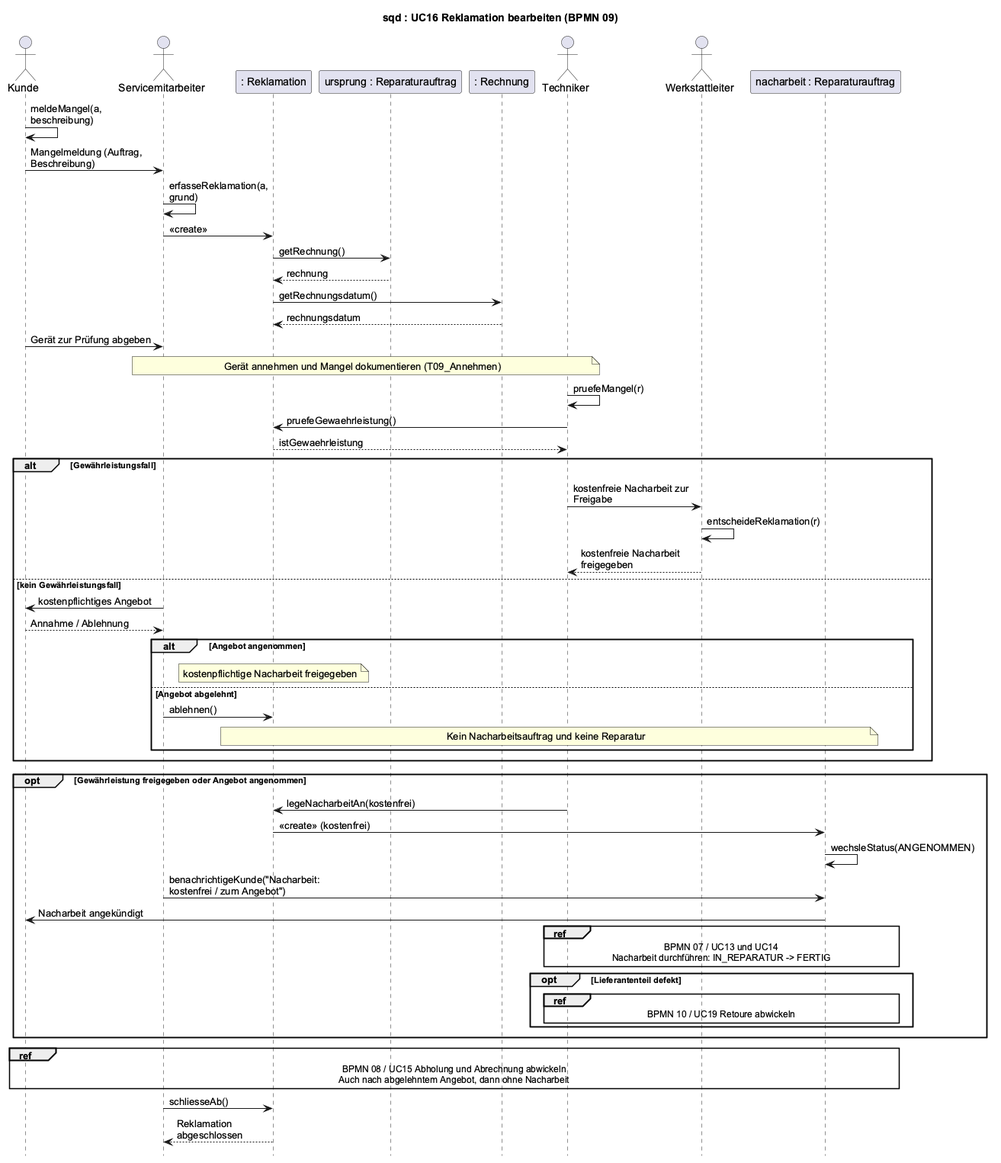
jakobschwan123-cmd/casestudy-semester-3 keeps this PlantUML diagram as 2_uml/entwurf-plantuml/sequenz-05-reklamation.png. Above is the earlier version. The source it was exported from:
```plantuml
@startuml
title sqd : UC16 Reklamation bearbeiten (BPMN 09)
skinparam defaultFontName Arial
skinparam sequenceMessageAlign left
skinparam maxMessageSize 160
hide footbox

actor Kunde
actor Servicemitarbeiter as SM
participant ": Reklamation" as REK
participant "ursprung : Reparaturauftrag" as RA
participant ": Rechnung" as RE
actor Techniker
actor Werkstattleiter as WL
participant "nacharbeit : Reparaturauftrag" as NA

Kunde -> Kunde : meldeMangel(a, beschreibung)
Kunde -> SM : Mangelmeldung (Auftrag, Beschreibung)
SM -> SM : erfasseReklamation(a, grund)
SM -> REK : <<create>>
REK -> RA : getRechnung()
RA --> REK : rechnung
REK -> RE : getRechnungsdatum()
RE --> REK : rechnungsdatum
Kunde -> SM : Gerät zur Prüfung abgeben
note over SM, Techniker : Gerät annehmen und Mangel dokumentieren (T09_Annehmen)
Techniker -> Techniker : pruefeMangel(r)
Techniker -> REK : pruefeGewaehrleistung()
REK --> Techniker : istGewaehrleistung
alt Gewährleistungsfall
    Techniker -> WL : kostenfreie Nacharbeit zur Freigabe
    WL -> WL : entscheideReklamation(r)
    WL --> Techniker : kostenfreie Nacharbeit freigegeben
else kein Gewährleistungsfall
    SM -> Kunde : kostenpflichtiges Angebot
    Kunde --> SM : Annahme / Ablehnung
    alt Angebot angenommen
        note over REK : kostenpflichtige Nacharbeit freigegeben
    else Angebot abgelehnt
        SM -> REK : ablehnen()
        note over REK, NA : Kein Nacharbeitsauftrag und keine Reparatur
    end
end
opt Gewährleistung freigegeben oder Angebot angenommen
    Techniker -> REK : legeNacharbeitAn(kostenfrei)
    REK -> NA : <<create>> (kostenfrei)
    NA -> NA : wechsleStatus(ANGENOMMEN)
    SM -> NA : benachrichtigeKunde("Nacharbeit: kostenfrei / zum Angebot")
    NA -> Kunde : Nacharbeit angekündigt
    ref over Techniker, NA : BPMN 07 / UC13 und UC14\nNacharbeit durchführen: IN_REPARATUR -> FERTIG
    opt Lieferantenteil defekt
        ref over Techniker, NA : BPMN 10 / UC19 Retoure abwickeln
    end
end
ref over Kunde, SM, RA, NA : BPMN 08 / UC15 Abholung und Abrechnung abwickeln\nAuch nach abgelehntem Angebot, dann ohne Nacharbeit
SM -> REK : schliesseAb()
REK --> SM : Reklamation abgeschlossen
@enduml
```
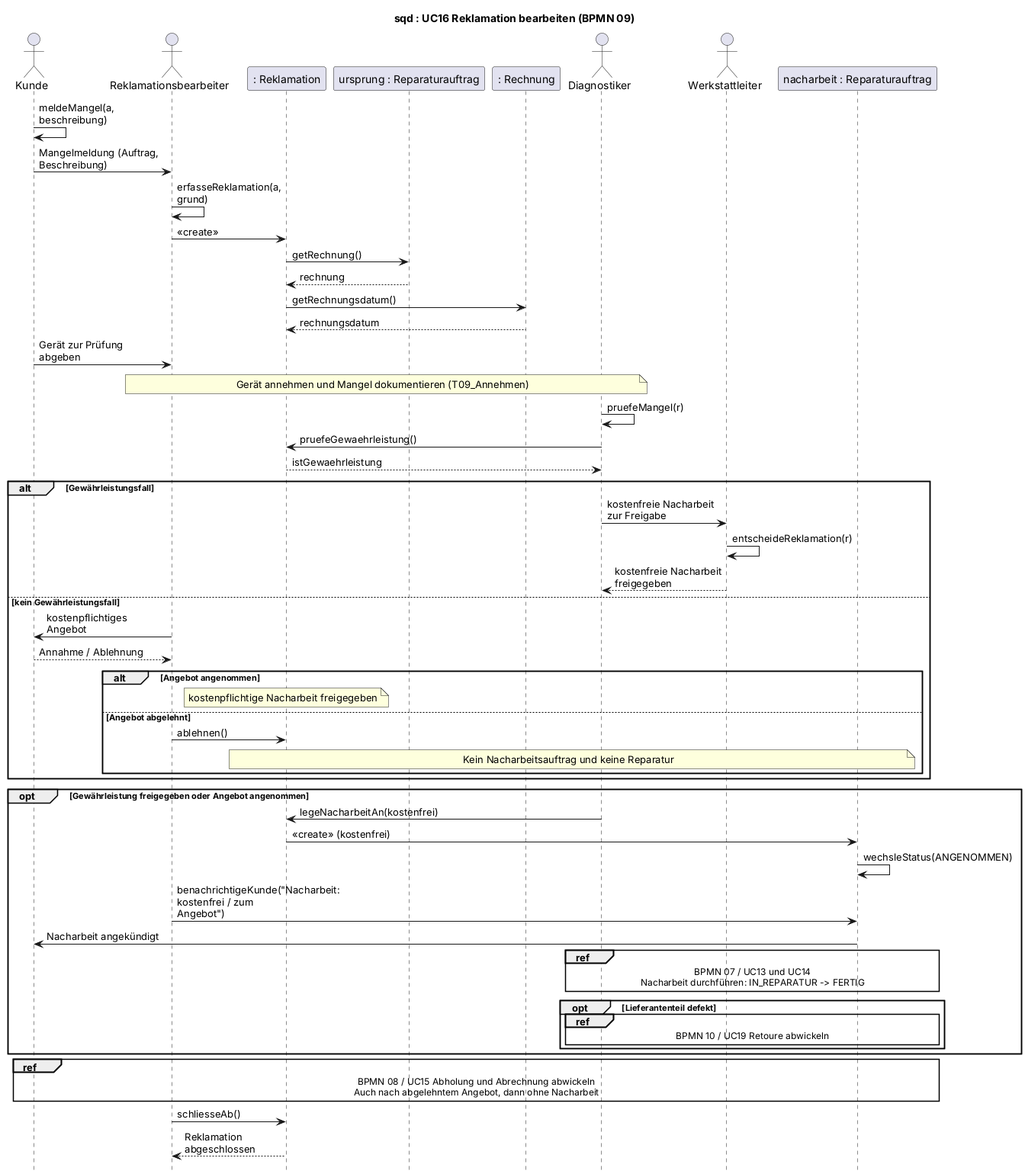
The same file after the commit.

What changed in the source:
```diff
@@ -6,11 +6,11 @@
 hide footbox
 
 actor Kunde
-actor Servicemitarbeiter as SM
+actor Reklamationsbearbeiter as SM
 participant ": Reklamation" as REK
 participant "ursprung : Reparaturauftrag" as RA
 participant ": Rechnung" as RE
-actor Techniker
+actor Diagnostiker as Techniker
 actor Werkstattleiter as WL
 participant "nacharbeit : Reparaturauftrag" as NA
 
```
